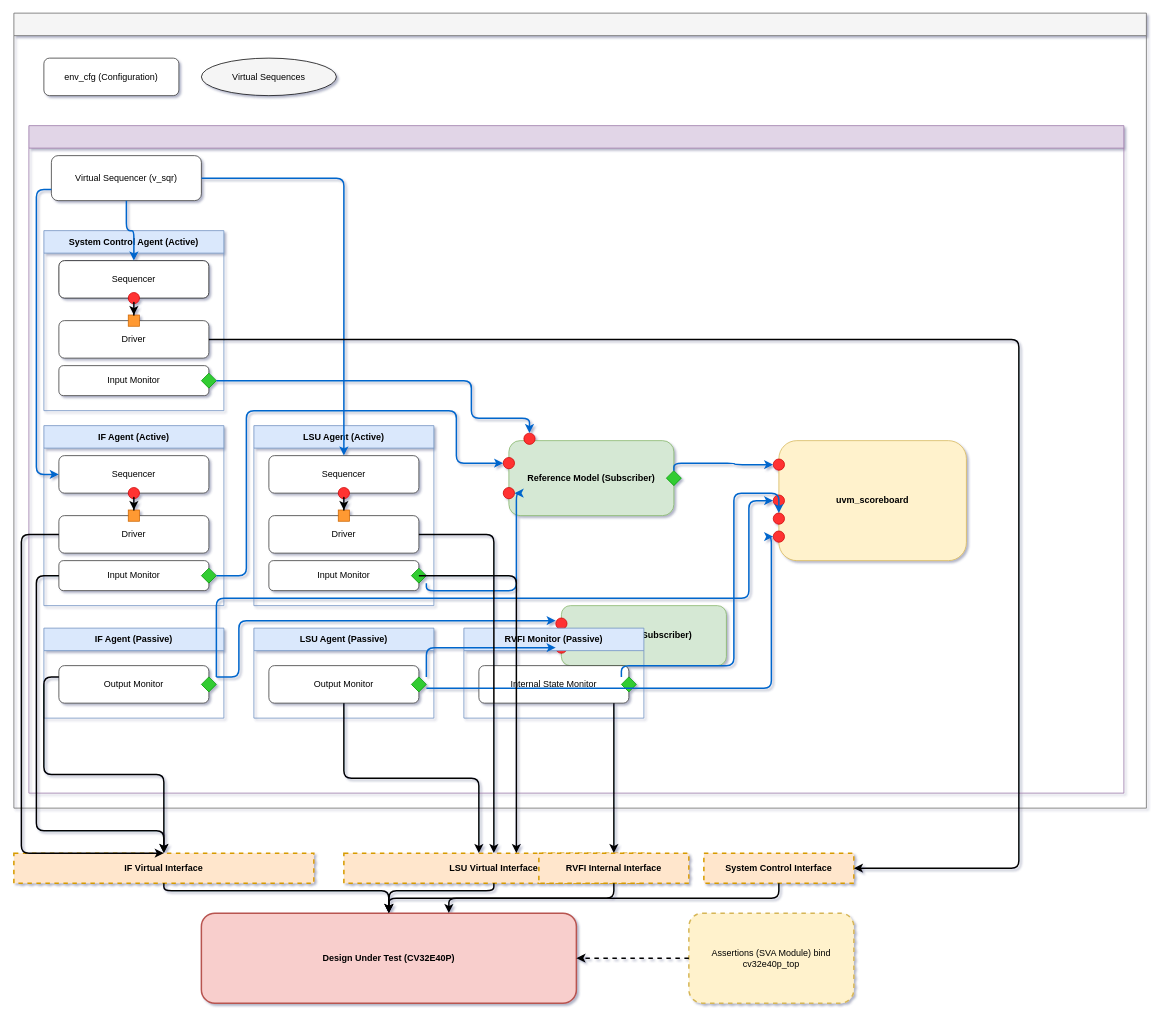
PHYSICSSQUAD/ARETRAIL keeps this draw.io diagram as arcitecture/uvm_architecture_pro_updated.drawio. Above is the earlier version. Source tidied: cells renumbered, new cells numbered last; positions are measured from the earlier drawing's top-left corner, leaving out a move shared by most shapes. Both pictures are drawn from the tidied source at 75%, with x=0, y=0 at pixel (14, 13).
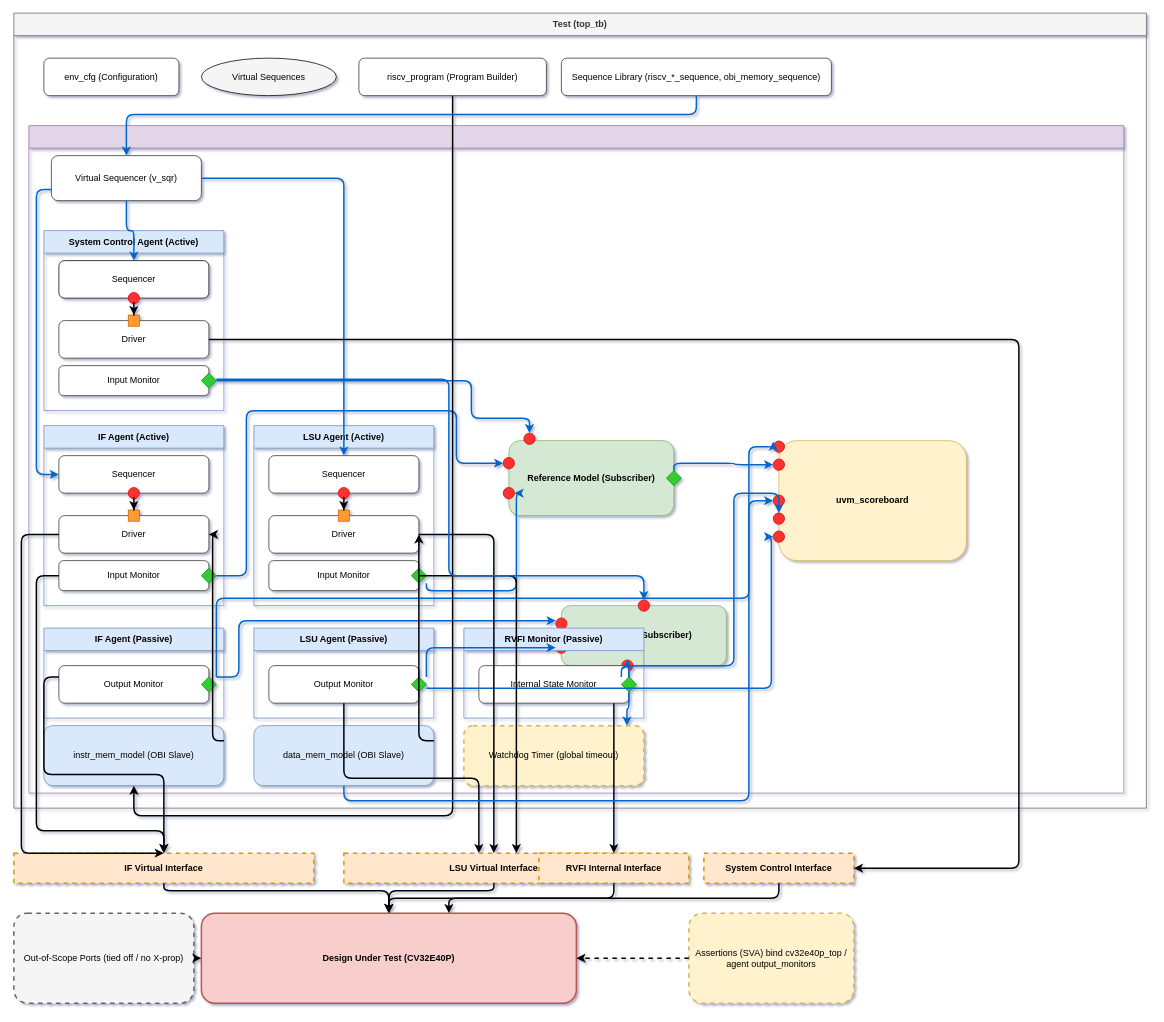
The same diagram, later.

Commit message (it also covers changes not shown here):
Add ORPLAN-driven verification study and update UVM testbench architecture

The change refers to these unchanged cells:
```xml
<mxCell id="5" value=" " style="swimlane;whiteSpace=wrap;html=1;fillColor=#e1d5e7;strokeColor=#9673a6;startSize=30;fontStyle=1;" parent="2" vertex="1">
  <mxGeometry x="20" y="150" width="1460" height="890" as="geometry" />
</mxCell>
<mxCell id="6" value="Virtual Sequencer (v_sqr)" style="rounded=1;whiteSpace=wrap;html=1;fillColor=#ffffff;strokeColor=#333333;" parent="5" vertex="1">
  <mxGeometry x="30" y="40" width="200" height="60" as="geometry" />
</mxCell>
<mxCell id="13" style="shape=rhombus;whiteSpace=wrap;html=1;fillColor=#33CC33;strokeColor=#009900;" parent="12" vertex="1">
  <mxGeometry x="1" y="0.5" width="20" height="20" relative="1" as="geometry">
    <mxPoint x="-10" y="-10" as="offset" />
  </mxGeometry>
</mxCell>
<mxCell id="17" value="Driver" style="rounded=1;whiteSpace=wrap;html=1;fillColor=#ffffff;strokeColor=#333333;" parent="14" vertex="1">
  <mxGeometry x="20" y="120" width="200" height="50" as="geometry" />
</mxCell>
<mxCell id="24" value="Driver" style="rounded=1;whiteSpace=wrap;html=1;fillColor=#ffffff;strokeColor=#333333;" parent="21" vertex="1">
  <mxGeometry x="20" y="120" width="200" height="50" as="geometry" />
</mxCell>
<mxCell id="39" value="uvm_scoreboard" style="rounded=1;whiteSpace=wrap;html=1;fillColor=#fff2cc;strokeColor=#d6b656;fontStyle=1;" parent="5" vertex="1">
  <mxGeometry x="1000" y="420" width="250" height="160" as="geometry" />
</mxCell>
<mxCell id="43" value="Coverage (Subscriber)" style="rounded=1;whiteSpace=wrap;html=1;fillColor=#d5e8d4;strokeColor=#82b366;fontStyle=1;" parent="5" vertex="1">
  <mxGeometry x="710" y="640" width="220" height="80" as="geometry" />
</mxCell>
<mxCell id="63" value="Design Under Test (CV32E40P)" style="rounded=1;whiteSpace=wrap;html=1;fillColor=#f8cecc;strokeColor=#b85450;fontStyle=1;strokeWidth=2;" parent="1" vertex="1">
  <mxGeometry x="250" y="1200" width="500" height="120" as="geometry" />
</mxCell>
<mxCell id="78" style="shape=rhombus;whiteSpace=wrap;html=1;fillColor=#33CC33;strokeColor=#009900;" parent="77" vertex="1">
  <mxGeometry x="1" y="0.5" width="20" height="20" relative="1" as="geometry">
    <mxPoint x="-10" y="-10" as="offset" />
  </mxGeometry>
</mxCell>
```

The edit, as a diff of the source:
```diff
@@
-    <mxCell id="2" value=" " style="swimlane;whiteSpace=wrap;html=1;fillColor=#f5f5f5;fontColor=#333333;strokeColor=#666666;startSize=30;fontStyle=1;" parent="1" vertex="1">
+    <mxCell id="2" value="Test (top_tb)" style="swimlane;whiteSpace=wrap;html=1;fillColor=#f5f5f5;fontColor=#333333;strokeColor=#666666;startSize=30;fontStyle=1;" parent="1" vertex="1">
       <mxGeometry width="1510" height="1060" as="geometry" />
     </mxCell>
@@
+    <mxCell id="84" value="riscv_program (Program Builder)" style="rounded=1;whiteSpace=wrap;html=1;fillColor=#ffffff;strokeColor=#333333;" parent="2" vertex="1">
+      <mxGeometry x="460" y="60" width="250" height="50" as="geometry" />
+    </mxCell>
+    <mxCell id="85" value="Sequence Library (riscv_*_sequence, obi_memory_sequence)" style="rounded=1;whiteSpace=wrap;html=1;fillColor=#ffffff;strokeColor=#333333;" parent="2" vertex="1">
+      <mxGeometry x="730" y="60" width="360" height="50" as="geometry" />
+    </mxCell>
@@
+    <mxCell id="86" style="shape=ellipse;whiteSpace=wrap;html=1;fillColor=#FF3333;strokeColor=#CC0000;" parent="43" vertex="1">
+      <mxGeometry x="0.4" y="1" width="15" height="15" relative="1" as="geometry">
+        <mxPoint x="-7.5" y="-7.5" as="offset" />
+      </mxGeometry>
+    </mxCell>
+    <mxCell id="87" style="shape=ellipse;whiteSpace=wrap;html=1;fillColor=#FF3333;strokeColor=#CC0000;" parent="43" vertex="1">
+      <mxGeometry x="0.5" width="15" height="15" relative="1" as="geometry">
+        <mxPoint x="-7.5" y="-7.5" as="offset" />
+      </mxGeometry>
+    </mxCell>
@@
+    <mxCell id="88" value="Out-of-Scope Ports (tied off / no X-prop)" style="rounded=1;whiteSpace=wrap;html=1;fillColor=#f5f5f5;strokeColor=#666666;dashed=1;strokeWidth=2;" parent="1" vertex="1">
+      <mxGeometry y="1200" width="240" height="120" as="geometry" />
+    </mxCell>
@@
-    <mxCell id="64" value="Assertions (SVA Module) bind cv32e40p_top" style="rounded=1;whiteSpace=wrap;html=1;fillColor=#fff2cc;strokeColor=#d6b656;dashed=1;strokeWidth=2;" parent="1" vertex="1">
+    <mxCell id="64" value="Assertions (SVA) bind cv32e40p_top / agent output_monitors" style="rounded=1;whiteSpace=wrap;html=1;fillColor=#fff2cc;strokeColor=#d6b656;dashed=1;strokeWidth=2;" parent="1" vertex="1">
       <mxGeometry x="900" y="1200" width="220" height="120" as="geometry" />
     </mxCell>
@@
+    <mxCell id="89" value="instr_mem_model (OBI Slave)" style="rounded=1;whiteSpace=wrap;html=1;fillColor=#dae8fc;strokeColor=#6c8ebf;" parent="5" vertex="1">
+      <mxGeometry x="20" y="800" width="240" height="80" as="geometry" />
+    </mxCell>
+    <mxCell id="90" value="data_mem_model (OBI Slave)" style="rounded=1;whiteSpace=wrap;html=1;fillColor=#dae8fc;strokeColor=#6c8ebf;" parent="5" vertex="1">
+      <mxGeometry x="300" y="800" width="240" height="80" as="geometry" />
+    </mxCell>
+    <mxCell id="91" value="Watchdog Timer (global timeout)" style="rounded=1;whiteSpace=wrap;html=1;fillColor=#fff2cc;strokeColor=#d6b656;dashed=1;strokeWidth=2;" parent="5" vertex="1">
+      <mxGeometry x="580" y="800" width="240" height="80" as="geometry" />
+    </mxCell>
@@
+    <mxCell id="92" style="shape=ellipse;whiteSpace=wrap;html=1;fillColor=#FF3333;strokeColor=#CC0000;" parent="39" vertex="1">
+      <mxGeometry y="0.05" width="15" height="15" relative="1" as="geometry">
+        <mxPoint x="-7.5" y="-7.5" as="offset" />
+      </mxGeometry>
+    </mxCell>
@@
+    <mxCell id="93" style="edgeStyle=orthogonalEdgeStyle;rounded=1;jettySize=auto;html=1;strokeWidth=2;exitX=0.5;exitY=1;exitDx=0;exitDy=0;entryX=0.5;entryY=1;entryDx=0;entryDy=0;" parent="1" edge="1" source="84" target="89">
+      <mxGeometry relative="1" as="geometry">
+        <Array as="points">
+          <mxPoint x="585" y="1070" />
+          <mxPoint x="160" y="1070" />
+        </Array>
+      </mxGeometry>
+    </mxCell>
+    <mxCell id="94" style="edgeStyle=orthogonalEdgeStyle;rounded=1;jettySize=auto;html=1;strokeWidth=2;dashed=1;strokeColor=#0066CC;shape=wire;exitX=0.5;exitY=1;exitDx=0;exitDy=0;entryX=0.5;entryY=0;entryDx=0;entryDy=0;" parent="1" edge="1" source="85" target="6">
+      <mxGeometry relative="1" as="geometry">
+        <Array as="points">
+          <mxPoint x="910" y="135" />
+          <mxPoint x="150" y="135" />
+        </Array>
+      </mxGeometry>
+    </mxCell>
+    <mxCell id="95" style="edgeStyle=orthogonalEdgeStyle;rounded=1;jettySize=auto;html=1;strokeWidth=2;exitX=1;exitY=0.25;exitDx=0;exitDy=0;entryX=1;entryY=0.5;entryDx=0;entryDy=0;" parent="1" edge="1" source="89" target="17">
+      <mxGeometry relative="1" as="geometry">
+        <Array as="points">
+          <mxPoint x="265" y="970" />
+          <mxPoint x="265" y="695" />
+        </Array>
+      </mxGeometry>
+    </mxCell>
+    <mxCell id="96" style="edgeStyle=orthogonalEdgeStyle;rounded=1;jettySize=auto;html=1;strokeWidth=2;exitX=1;exitY=0.25;exitDx=0;exitDy=0;entryX=1;entryY=0.5;entryDx=0;entryDy=0;" parent="1" edge="1" source="90" target="24">
+      <mxGeometry relative="1" as="geometry">
+        <Array as="points">
+          <mxPoint x="540" y="970" />
+          <mxPoint x="540" y="695" />
+        </Array>
+      </mxGeometry>
+    </mxCell>
+    <mxCell id="97" style="edgeStyle=orthogonalEdgeStyle;rounded=1;jettySize=auto;html=1;strokeWidth=2;dashed=1;strokeColor=#0066CC;shape=wire;exitX=0.5;exitY=1;exitDx=0;exitDy=0;entryX=0;entryY=0.05;entryDx=0;entryDy=0;" parent="1" edge="1" source="90" target="92">
+      <mxGeometry relative="1" as="geometry">
+        <Array as="points">
+          <mxPoint x="440" y="1050" />
+          <mxPoint x="980" y="1050" />
+          <mxPoint x="980" y="578" />
+        </Array>
+      </mxGeometry>
+    </mxCell>
+    <mxCell id="98" style="edgeStyle=orthogonalEdgeStyle;rounded=1;jettySize=auto;html=1;strokeWidth=2;dashed=1;strokeColor=#0066CC;shape=wire;" parent="1" edge="1" source="78" target="86">
+      <mxGeometry relative="1" as="geometry" />
+    </mxCell>
+    <mxCell id="99" style="edgeStyle=orthogonalEdgeStyle;rounded=1;jettySize=auto;html=1;strokeWidth=2;dashed=1;strokeColor=#0066CC;shape=wire;" parent="1" edge="1" source="13" target="87">
+      <mxGeometry relative="1" as="geometry">
+        <Array as="points">
+          <mxPoint x="580" y="488" />
+          <mxPoint x="580" y="750" />
+          <mxPoint x="840" y="750" />
+        </Array>
+      </mxGeometry>
+    </mxCell>
+    <mxCell id="100" style="edgeStyle=orthogonalEdgeStyle;rounded=1;jettySize=auto;html=1;strokeWidth=2;dashed=1;strokeColor=#0066CC;shape=wire;entryX=0.906;entryY=0;entryDx=0;entryDy=0;" parent="1" edge="1" source="78" target="91">
+      <mxGeometry relative="1" as="geometry" />
+    </mxCell>
+    <mxCell id="101" style="edgeStyle=orthogonalEdgeStyle;rounded=1;jettySize=auto;html=1;strokeWidth=2;dashed=1;exitX=1;exitY=0.5;exitDx=0;exitDy=0;entryX=0;entryY=0.5;entryDx=0;entryDy=0;" parent="1" edge="1" source="88" target="63">
+      <mxGeometry relative="1" as="geometry" />
+    </mxCell>
```
